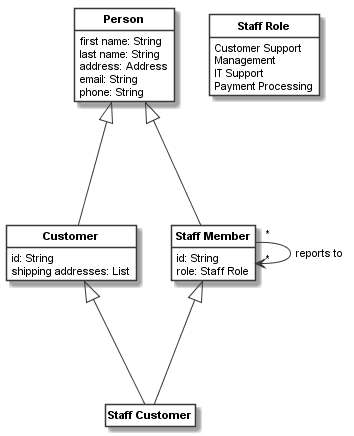
Before: docs/_images/shopping_model3_persons.png, a diagram exported from PlantUML (uzdun/CodeableModels).
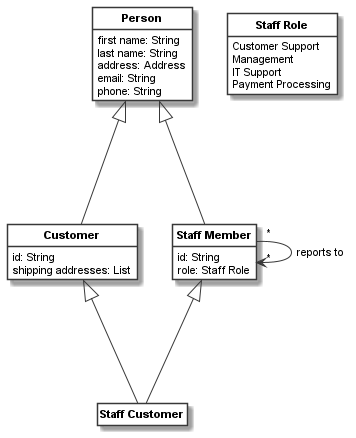
Above is the later version.

The edit, as a diff of the source:
```diff
@@ -5,8 +5,7 @@
 hide circle
 skinparam defaultFontName Arial
 skinparam defaultFontSize 11
-skinparam classfontstyle bold
-class "Person" as __1_Person{
+class "<b>Person</b>" as __1_Person{
 first name: String
 last name: String
 address: Address
@@ -14,18 +13,18 @@
 phone: String
 }
 
-class "Customer" as __2_Customer{
+class "<b>Customer</b>" as __2_Customer{
 id: String
 shipping addresses: List
 }
 
-class "Staff Member" as __3_Staff_Member{
+class "<b>Staff Member</b>" as __3_Staff_Member{
 id: String
 role: Staff Role
 }
 
-class "Staff Customer" as __4_Staff_Customer
-class "Staff Role" as __5_Staff_Role{
+class "<b>Staff Customer</b>" as __4_Staff_Customer
+class "<b>Staff Role</b>" as __5_Staff_Role{
 Customer Support
 Management
 IT Support
```
